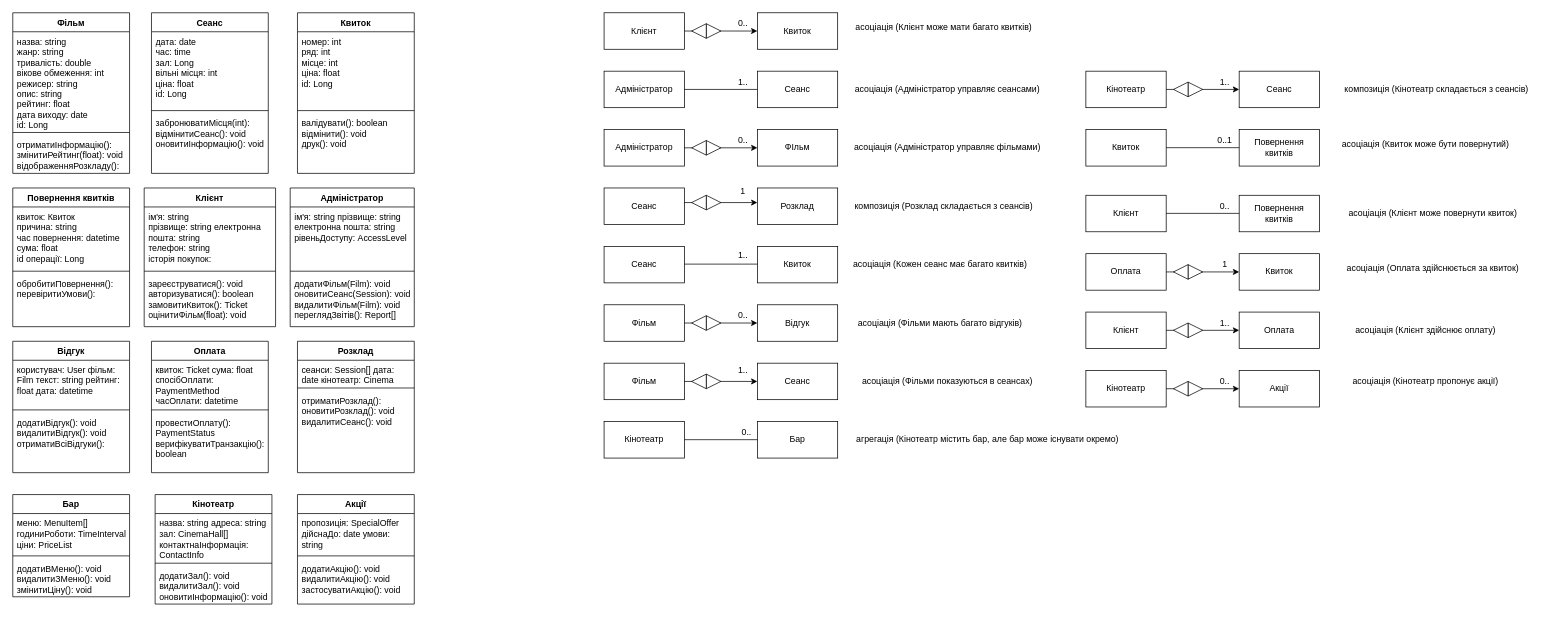
Earlier version of the draw.io diagram Компоненти програмної інженерії/Laba2/Laba2.drawio (KostPost/KPI-Works-2). Source tidied: cells renumbered, new cells numbered last; positions are measured from the earlier drawing's top-left corner, leaving out a move shared by most shapes. Both pictures are drawn from the tidied source at 73%, with x=0, y=0 at pixel (12, 12).
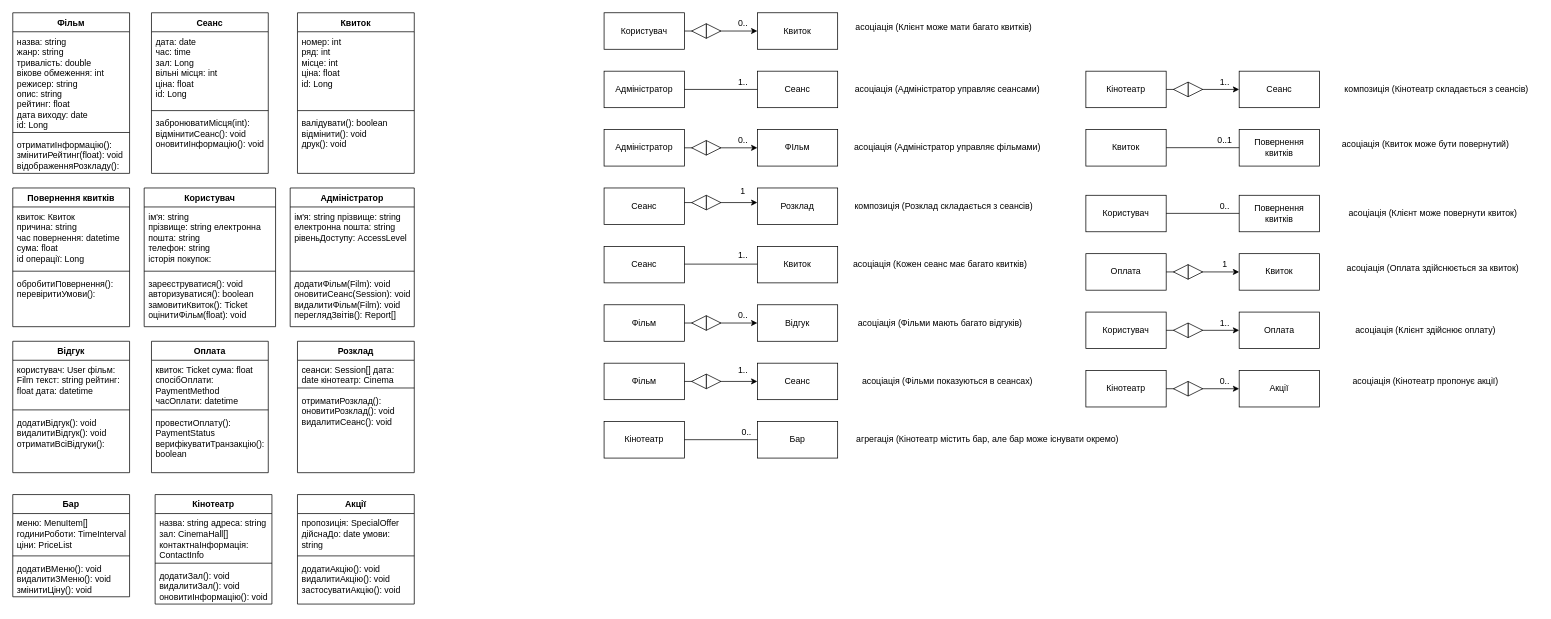
The same diagram, later.

Diff of the diagram source:
```diff
@@
-    <mxCell id="18" value="Клієнт" style="swimlane;fontStyle=1;align=center;verticalAlign=top;horizontal=1;startSize=26;whiteSpace=wrap;html=1;" parent="1" vertex="1">
+    <mxCell id="18" value="Користувач" style="swimlane;fontStyle=1;align=center;verticalAlign=top;horizontal=1;startSize=26;whiteSpace=wrap;html=1;" parent="1" vertex="1">
       <mxGeometry x="180" y="240" width="180" height="190" as="geometry" />
     </mxCell>
@@
-    <mxCell id="51" value="Клієнт" style="html=1;whiteSpace=wrap;" parent="1" vertex="1">
+    <mxCell id="51" value="Користувач" style="html=1;whiteSpace=wrap;" parent="1" vertex="1">
       <mxGeometry x="810" width="110" height="50" as="geometry" />
     </mxCell>
@@
-    <mxCell id="72" value="Клієнт" style="html=1;whiteSpace=wrap;" parent="1" vertex="1">
+    <mxCell id="72" value="Користувач" style="html=1;whiteSpace=wrap;" parent="1" vertex="1">
       <mxGeometry x="1470" y="250" width="110" height="50" as="geometry" />
     </mxCell>
@@
-    <mxCell id="76" value="Клієнт" style="html=1;whiteSpace=wrap;" parent="1" vertex="1">
+    <mxCell id="76" value="Користувач" style="html=1;whiteSpace=wrap;" parent="1" vertex="1">
       <mxGeometry x="1470" y="410" width="110" height="50" as="geometry" />
     </mxCell>
```
